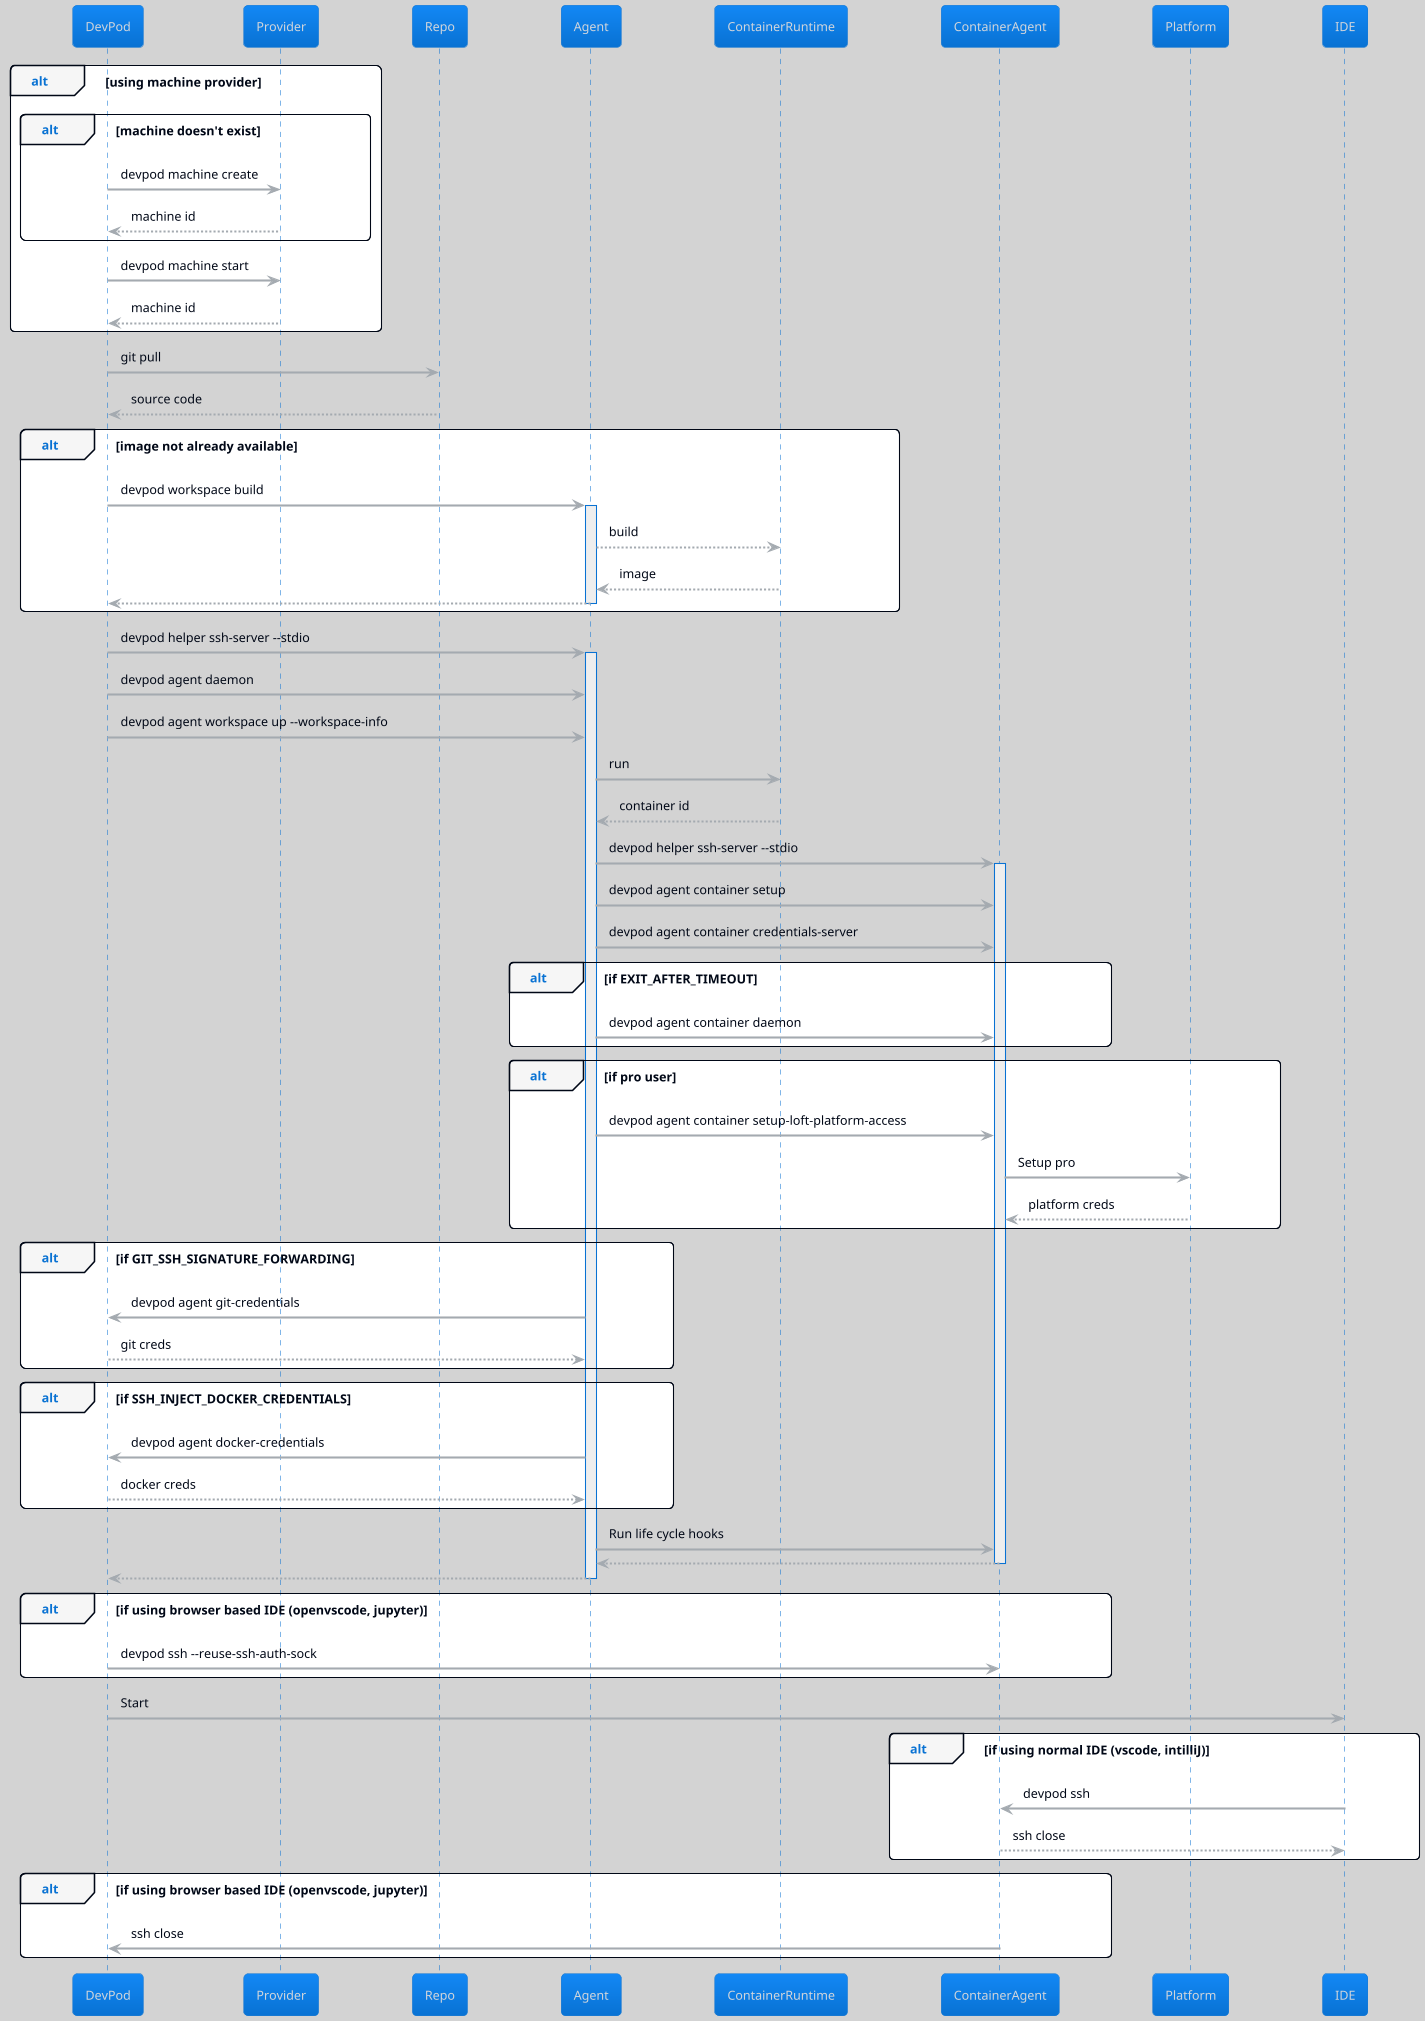
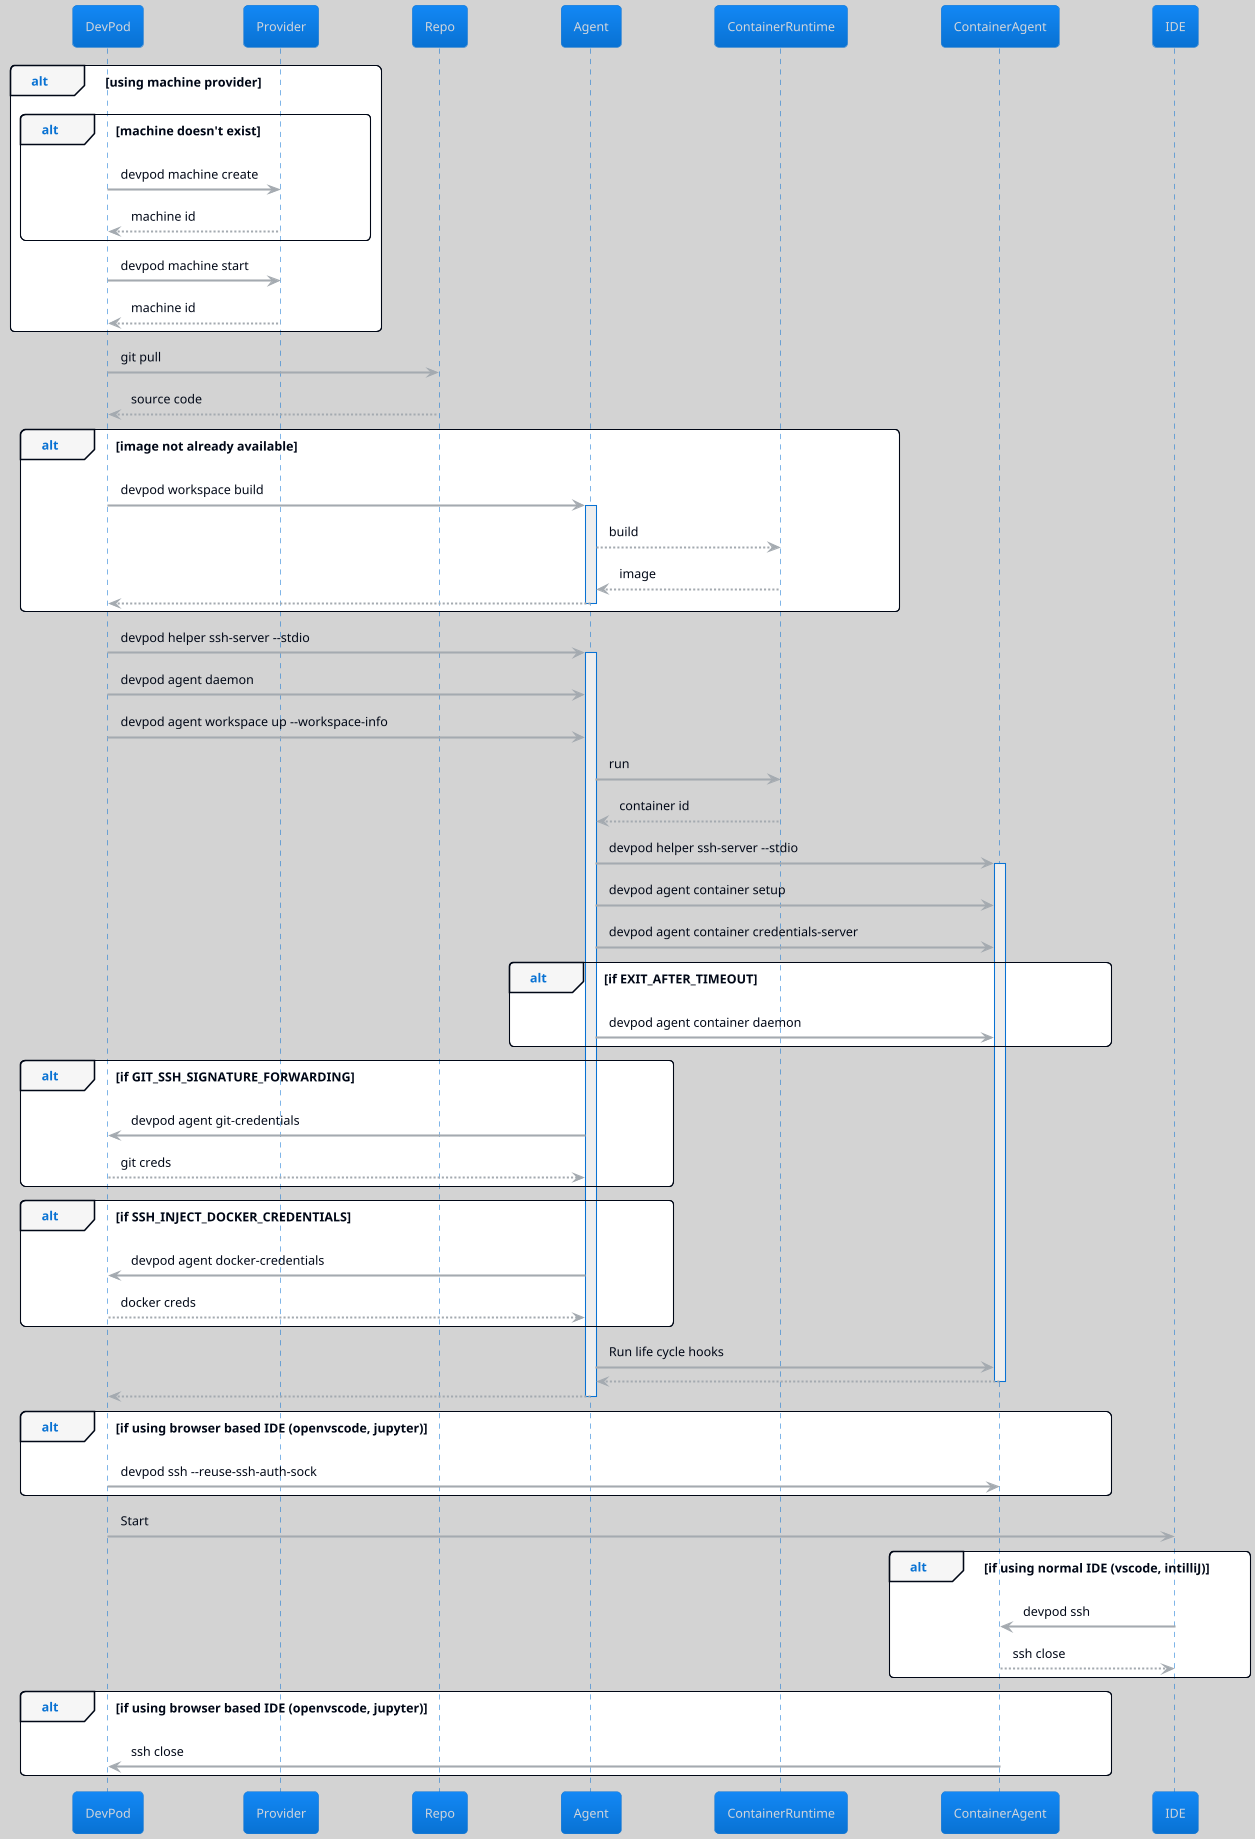
@startuml

!theme cloudscape-design
skinparam BackgroundColor lightgray

alt using machine provider
alt machine doesn't exist
DevPod -> Provider: devpod machine create
Provider --> DevPod: machine id
end
DevPod -> Provider: devpod machine start
Provider --> DevPod: machine id
end

DevPod -> Repo: git pull
Repo --> DevPod: source code

alt image not already available
DevPod -> Agent: devpod workspace build
activate Agent
Agent --> ContainerRuntime: build
ContainerRuntime --> Agent: image
Agent --> DevPod:
deactivate Agent
end

DevPod -> Agent: devpod helper ssh-server --stdio
activate Agent
DevPod -> Agent: devpod agent daemon
DevPod -> Agent: devpod agent workspace up --workspace-info

Agent -> ContainerRuntime: run
ContainerRuntime --> Agent: container id

Agent -> ContainerAgent: devpod helper ssh-server --stdio
activate ContainerAgent

Agent -> ContainerAgent: devpod agent container setup
Agent -> ContainerAgent: devpod agent container credentials-server
alt if EXIT_AFTER_TIMEOUT
Agent -> ContainerAgent: devpod agent container daemon
end

- alt if pro user
- Agent -> ContainerAgent: devpod agent container setup-loft-platform-access
- ContainerAgent -> Platform: Setup pro
- Platform --> ContainerAgent: platform creds
- end
- 
alt if GIT_SSH_SIGNATURE_FORWARDING
Agent -> DevPod: devpod agent git-credentials
DevPod --> Agent: git creds
end
alt if SSH_INJECT_DOCKER_CREDENTIALS
Agent -> DevPod: devpod agent docker-credentials
DevPod --> Agent: docker creds
end

Agent -> ContainerAgent: Run life cycle hooks

ContainerAgent --> Agent:
deactivate ContainerAgent
Agent --> DevPod:
deactivate Agent

alt if using browser based IDE (openvscode, jupyter)
DevPod -> ContainerAgent: devpod ssh --reuse-ssh-auth-sock
end

DevPod -> IDE: Start

alt if using normal IDE (vscode, intilliJ)
IDE -> ContainerAgent: devpod ssh
ContainerAgent --> IDE: ssh close
end

alt if using browser based IDE (openvscode, jupyter)
ContainerAgent -> DevPod: ssh close
end


@enduml
